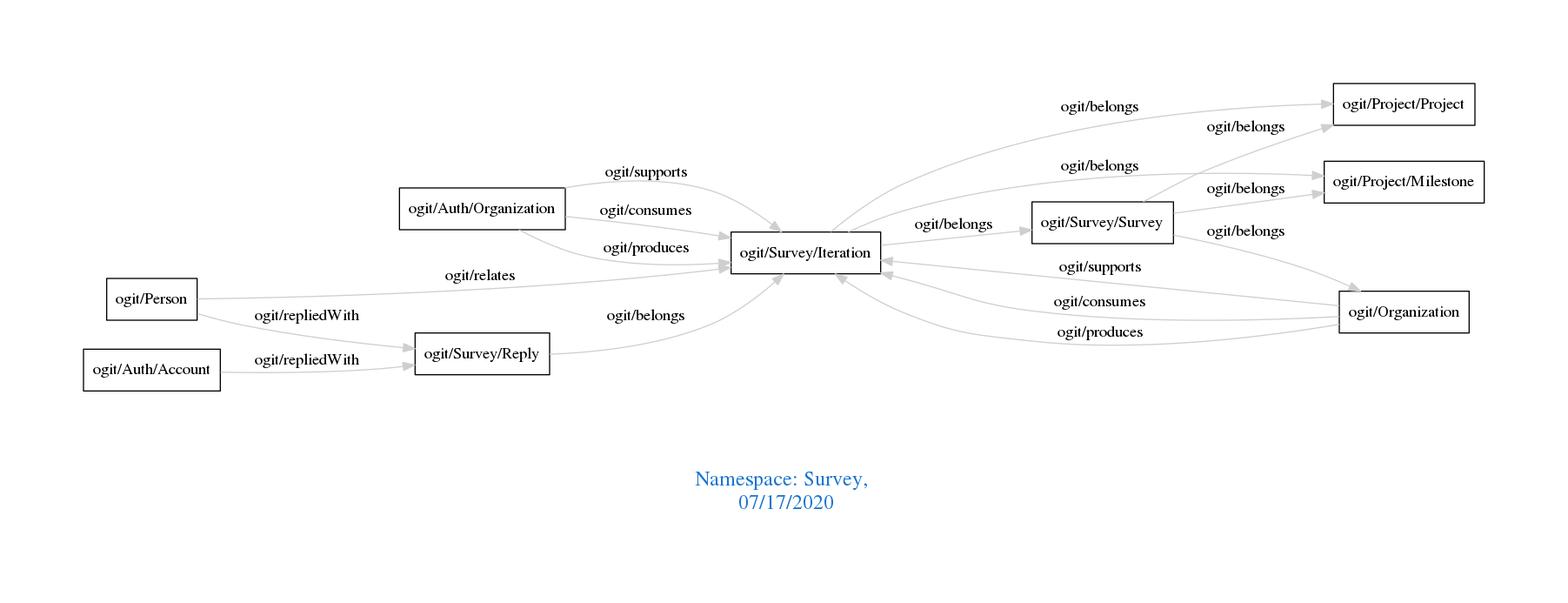
arago/OGIT keeps this Graphviz diagram as downloads/Survey.png. Above is the earlier version. Its source is kept beside it as downloads/Survey.dot.
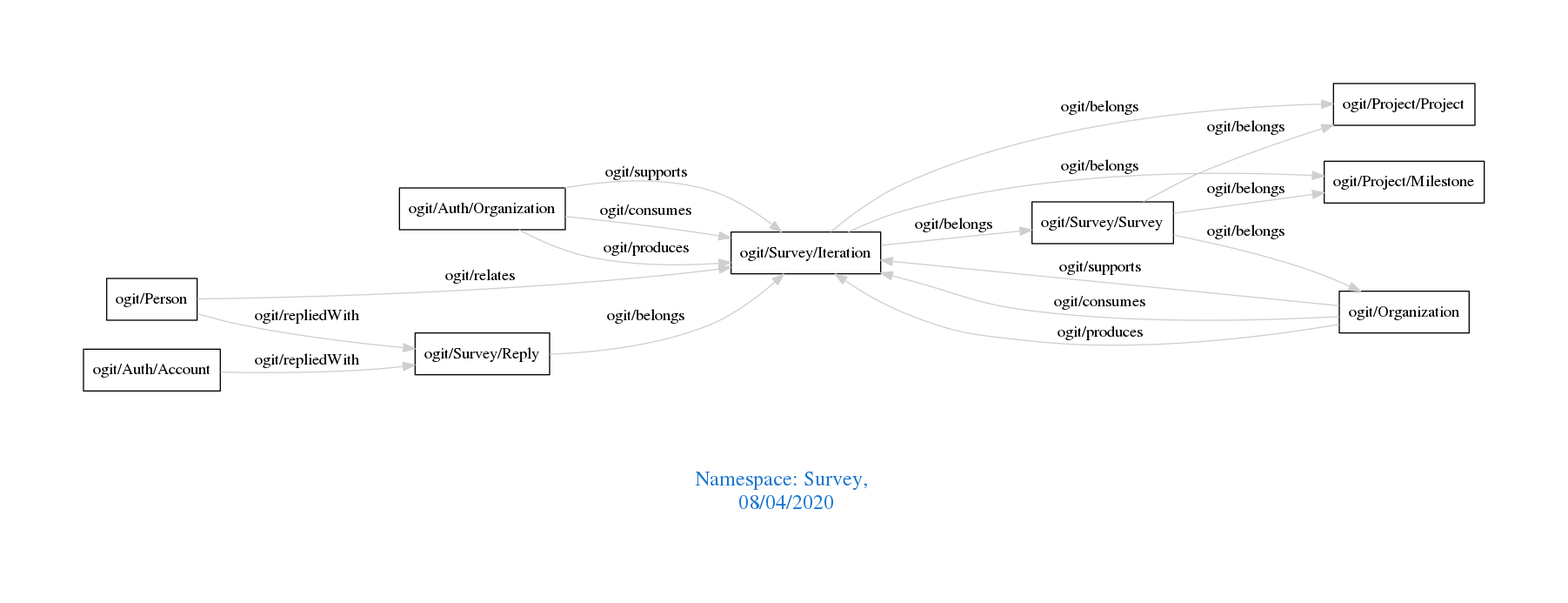
The same file after the commit.

What changed in the source:
```diff
@@ -1,7 +1,7 @@
 digraph OGIT_ontology {
  graph [ rankdir= LR,pad=1
 fontsize = 18,
-fontcolor= dodgerblue3,label = "\n\n\nNamespace: Survey, \n 07/17/2020"];
+fontcolor= dodgerblue3,label = "\n\n\nNamespace: Survey, \n 08/04/2020"];
 node[shape=polygon];
 edge [  color="gray81"];
 
```
